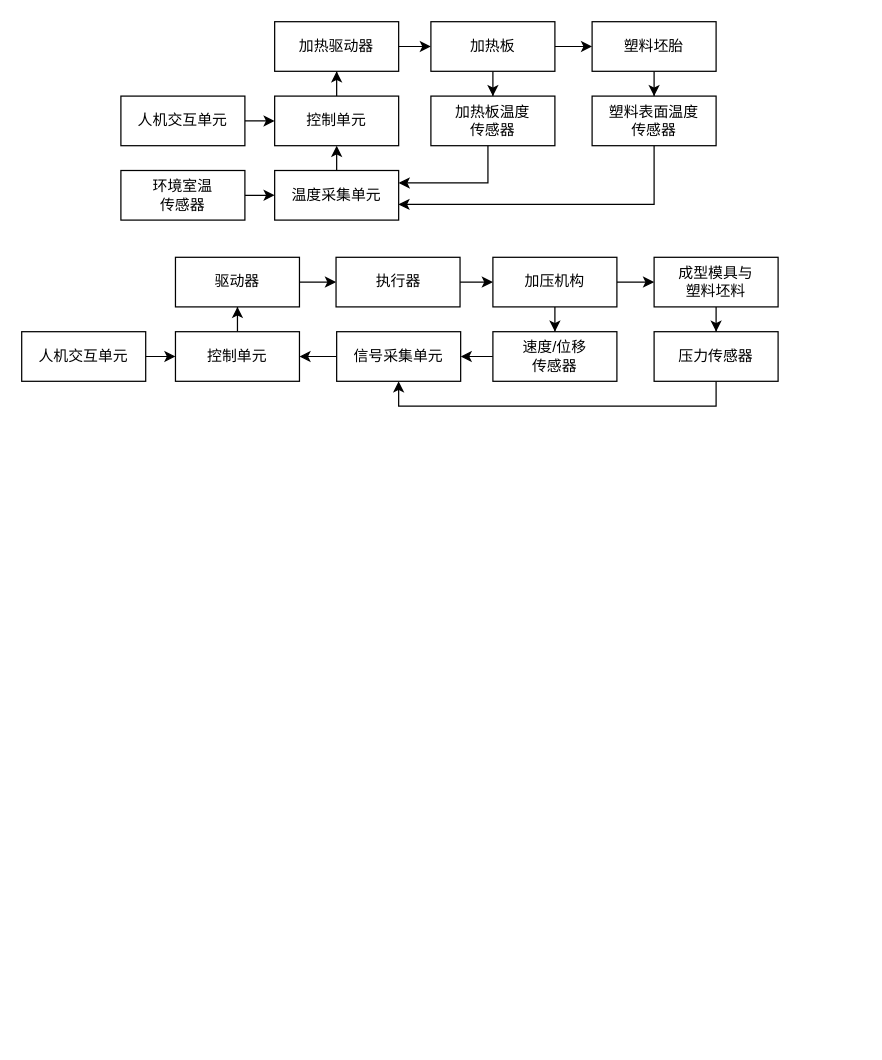
Before: 加热原理图.drawio in zhihangsong-76/first, a draw.io diagram. Source tidied: cells renumbered, new cells numbered last; positions are measured from the earlier drawing's top-left corner, leaving out a move shared by most shapes. Both pictures are drawn from the tidied source at 124%, with x=0, y=0 at pixel (21, 21).
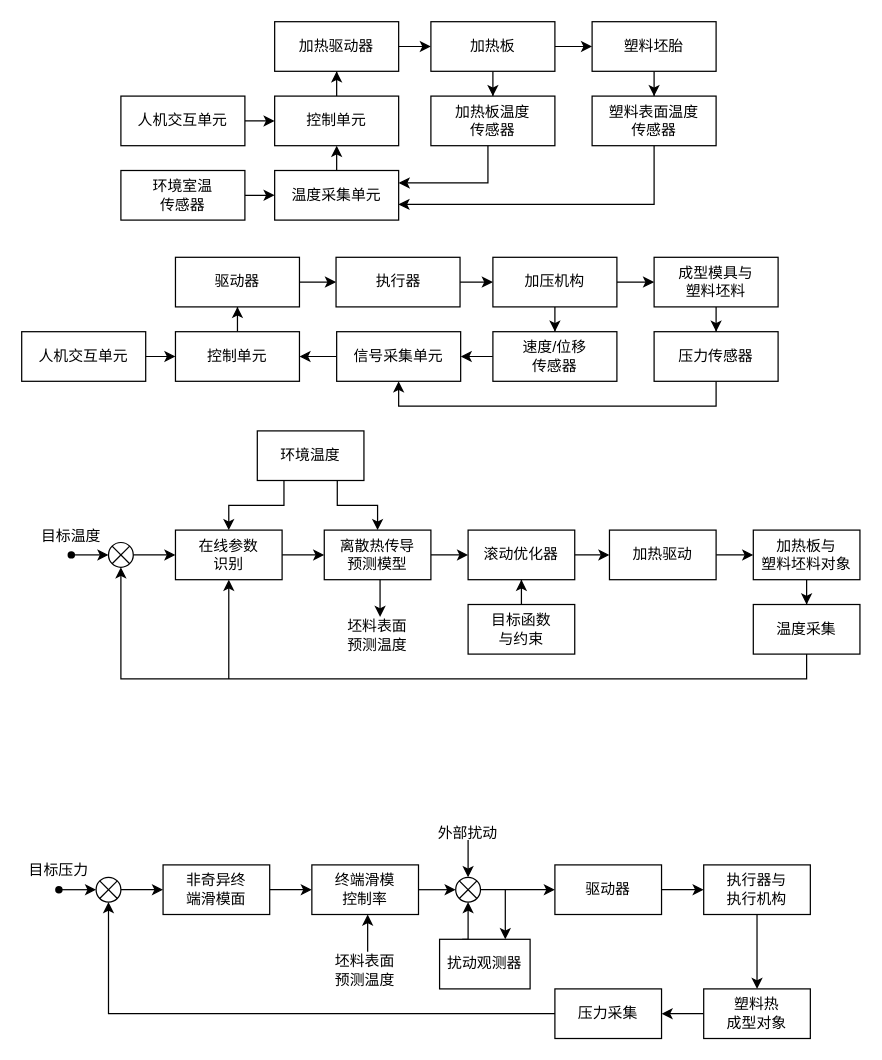
The same page after the edit.

Commit message (it also covers changes not shown here):
更新加热原理图.drawio

Change to the diagram source:
```diff
@@
+    <mxCell id="40" style="edgeStyle=orthogonalEdgeStyle;rounded=0;jettySize=auto;html=1;" parent="1" edge="1" source="41" target="43">
+      <mxGeometry relative="1" as="geometry" />
+    </mxCell>
+    <mxCell id="41" style="shape=sumEllipse;perimeter=ellipsePerimeter;whiteSpace=wrap;html=1;backgroundOutline=1;" parent="1" vertex="1">
+      <mxGeometry x="70" y="420" width="20" height="20" as="geometry" />
+    </mxCell>
+    <mxCell id="42" style="edgeStyle=orthogonalEdgeStyle;rounded=0;jettySize=auto;html=1;" parent="1" edge="1" source="43" target="45">
+      <mxGeometry relative="1" as="geometry" />
+    </mxCell>
+    <mxCell id="43" value="在线参数&lt;div&gt;识别&lt;/div&gt;" style="rounded=0;whiteSpace=wrap;html=1;" parent="1" vertex="1">
+      <mxGeometry x="124" y="410" width="86" height="40" as="geometry" />
+    </mxCell>
+    <mxCell id="44" style="edgeStyle=orthogonalEdgeStyle;rounded=0;jettySize=auto;html=1;" parent="1" edge="1" source="45" target="47">
+      <mxGeometry relative="1" as="geometry" />
+    </mxCell>
+    <mxCell id="45" value="离散热传导&lt;div&gt;预测模型&lt;/div&gt;" style="rounded=0;whiteSpace=wrap;html=1;" parent="1" vertex="1">
+      <mxGeometry x="244" y="410" width="86" height="40" as="geometry" />
+    </mxCell>
+    <mxCell id="46" style="edgeStyle=orthogonalEdgeStyle;rounded=0;jettySize=auto;html=1;" parent="1" edge="1" source="47" target="54">
+      <mxGeometry relative="1" as="geometry" />
+    </mxCell>
+    <mxCell id="47" value="滚动优化器" style="rounded=0;whiteSpace=wrap;html=1;" parent="1" vertex="1">
+      <mxGeometry x="360" y="410" width="86" height="40" as="geometry" />
+    </mxCell>
+    <mxCell id="48" style="edgeStyle=orthogonalEdgeStyle;rounded=0;jettySize=auto;html=1;exitX=0.25;exitY=1;exitDx=0;exitDy=0;entryX=0.5;entryY=0;entryDx=0;entryDy=0;" parent="1" edge="1" source="50" target="43">
+      <mxGeometry relative="1" as="geometry">
+        <Array as="points">
+          <mxPoint x="212" y="390" />
+          <mxPoint x="167" y="390" />
+        </Array>
+      </mxGeometry>
+    </mxCell>
+    <mxCell id="49" style="edgeStyle=orthogonalEdgeStyle;rounded=0;jettySize=auto;html=1;exitX=0.75;exitY=1;exitDx=0;exitDy=0;entryX=0.5;entryY=0;entryDx=0;entryDy=0;" parent="1" edge="1" source="50" target="45">
+      <mxGeometry relative="1" as="geometry" />
+    </mxCell>
+    <mxCell id="50" value="环境温度" style="rounded=0;whiteSpace=wrap;html=1;" parent="1" vertex="1">
+      <mxGeometry x="190" y="330" width="86" height="40" as="geometry" />
+    </mxCell>
+    <mxCell id="51" style="edgeStyle=orthogonalEdgeStyle;rounded=0;jettySize=auto;html=1;" parent="1" edge="1" source="52" target="47">
+      <mxGeometry relative="1" as="geometry" />
+    </mxCell>
+    <mxCell id="52" value="目标函数&lt;div&gt;与约束&lt;/div&gt;" style="rounded=0;whiteSpace=wrap;html=1;" parent="1" vertex="1">
+      <mxGeometry x="360" y="470" width="86" height="40" as="geometry" />
+    </mxCell>
+    <mxCell id="53" style="edgeStyle=orthogonalEdgeStyle;rounded=0;jettySize=auto;html=1;" parent="1" edge="1" source="54" target="56">
+      <mxGeometry relative="1" as="geometry" />
+    </mxCell>
+    <mxCell id="54" value="加热驱动" style="rounded=0;whiteSpace=wrap;html=1;" parent="1" vertex="1">
+      <mxGeometry x="474" y="410" width="86" height="40" as="geometry" />
+    </mxCell>
+    <mxCell id="55" style="edgeStyle=orthogonalEdgeStyle;rounded=0;jettySize=auto;html=1;" parent="1" edge="1" source="56" target="58">
+      <mxGeometry relative="1" as="geometry" />
+    </mxCell>
+    <mxCell id="56" value="加热板与&lt;div&gt;塑料坯料对象&lt;/div&gt;" style="rounded=0;whiteSpace=wrap;html=1;" parent="1" vertex="1">
+      <mxGeometry x="590" y="410" width="86" height="40" as="geometry" />
+    </mxCell>
+    <mxCell id="57" style="edgeStyle=orthogonalEdgeStyle;rounded=0;jettySize=auto;html=1;exitX=0.5;exitY=1;exitDx=0;exitDy=0;entryX=0.5;entryY=1;entryDx=0;entryDy=0;" parent="1" edge="1" source="58" target="41">
+      <mxGeometry relative="1" as="geometry">
+        <Array as="points">
+          <mxPoint x="633" y="530" />
+          <mxPoint x="80" y="530" />
+        </Array>
+      </mxGeometry>
+    </mxCell>
+    <mxCell id="58" value="温度采集" style="rounded=0;whiteSpace=wrap;html=1;" parent="1" vertex="1">
+      <mxGeometry x="590" y="470" width="86" height="40" as="geometry" />
+    </mxCell>
+    <mxCell id="59" style="edgeStyle=orthogonalEdgeStyle;rounded=0;jettySize=auto;html=1;" parent="1" edge="1" source="60">
+      <mxGeometry relative="1" as="geometry">
+        <mxPoint x="70" y="430" as="targetPoint" />
+      </mxGeometry>
+    </mxCell>
+    <mxCell id="60" style="shape=waypoint;sketch=0;size=6;points=[];fillColor=default;perimeter=centerPerimeter;snapToPoint=1;" parent="1" vertex="1">
+      <mxGeometry x="30" y="420" width="20" height="20" as="geometry" />
+    </mxCell>
+    <mxCell id="61" style="endArrow=classic;html=1;rounded=0;entryX=0.5;entryY=1;entryDx=0;entryDy=0;" parent="1" edge="1" target="43">
+      <mxGeometry relative="1" as="geometry">
+        <mxPoint x="167" y="530" as="sourcePoint" />
+      </mxGeometry>
+    </mxCell>
+    <mxCell id="62" value="目标温度" style="text;html=1;whiteSpace=wrap;strokeColor=none;fillColor=none;align=center;verticalAlign=middle;rounded=0;" parent="1" vertex="1">
+      <mxGeometry x="10" y="400" width="60" height="30" as="geometry" />
+    </mxCell>
+    <mxCell id="63" style="endArrow=classic;html=1;rounded=0;" parent="1" edge="1">
+      <mxGeometry relative="1" as="geometry">
+        <mxPoint x="289" y="450" as="sourcePoint" />
+        <mxPoint x="289" y="480" as="targetPoint" />
+      </mxGeometry>
+    </mxCell>
+    <mxCell id="64" value="坯料表面预测温度" style="text;html=1;whiteSpace=wrap;strokeColor=none;fillColor=none;align=center;verticalAlign=middle;rounded=0;" parent="1" vertex="1">
+      <mxGeometry x="257" y="480" width="60" height="30" as="geometry" />
+    </mxCell>
+    <mxCell id="65" style="edgeStyle=orthogonalEdgeStyle;rounded=0;jettySize=auto;html=1;" parent="1" edge="1" source="66" target="68">
+      <mxGeometry relative="1" as="geometry" />
+    </mxCell>
+    <mxCell id="66" style="shape=sumEllipse;perimeter=ellipsePerimeter;whiteSpace=wrap;html=1;backgroundOutline=1;" parent="1" vertex="1">
+      <mxGeometry x="60" y="690" width="20" height="20" as="geometry" />
+    </mxCell>
+    <mxCell id="67" style="edgeStyle=orthogonalEdgeStyle;rounded=0;jettySize=auto;html=1;" parent="1" edge="1" source="68" target="70">
+      <mxGeometry relative="1" as="geometry" />
+    </mxCell>
+    <mxCell id="68" value="非奇异终&lt;div&gt;端滑模面&lt;/div&gt;" style="rounded=0;whiteSpace=wrap;html=1;" parent="1" vertex="1">
+      <mxGeometry x="114" y="680" width="86" height="40" as="geometry" />
+    </mxCell>
+    <mxCell id="69" style="edgeStyle=orthogonalEdgeStyle;rounded=0;jettySize=auto;html=1;" parent="1" edge="1" source="70">
+      <mxGeometry relative="1" as="geometry">
+        <mxPoint x="350" y="700" as="targetPoint" />
+      </mxGeometry>
+    </mxCell>
+    <mxCell id="70" value="终端滑模&lt;div&gt;控制率&lt;/div&gt;" style="rounded=0;whiteSpace=wrap;html=1;" parent="1" vertex="1">
+      <mxGeometry x="234" y="680" width="86" height="40" as="geometry" />
+    </mxCell>
+    <mxCell id="71" style="edgeStyle=orthogonalEdgeStyle;rounded=0;jettySize=auto;html=1;exitX=0.25;exitY=0;exitDx=0;exitDy=0;entryX=0.5;entryY=1;entryDx=0;entryDy=0;" parent="1" edge="1" source="72" target="85">
+      <mxGeometry relative="1" as="geometry" />
+    </mxCell>
+    <mxCell id="72" value="扰动观测器" style="rounded=0;whiteSpace=wrap;html=1;" parent="1" vertex="1">
+      <mxGeometry x="337" y="740" width="73" height="40" as="geometry" />
+    </mxCell>
+    <mxCell id="73" style="edgeStyle=orthogonalEdgeStyle;rounded=0;jettySize=auto;html=1;" parent="1" edge="1" source="74" target="76">
+      <mxGeometry relative="1" as="geometry" />
+    </mxCell>
+    <mxCell id="74" value="驱动器" style="rounded=0;whiteSpace=wrap;html=1;" parent="1" vertex="1">
+      <mxGeometry x="430" y="680" width="86" height="40" as="geometry" />
+    </mxCell>
+    <mxCell id="75" style="edgeStyle=orthogonalEdgeStyle;rounded=0;jettySize=auto;html=1;" parent="1" edge="1" source="76" target="78">
+      <mxGeometry relative="1" as="geometry" />
+    </mxCell>
+    <mxCell id="76" value="执行器与&lt;div&gt;执行机构&lt;/div&gt;" style="rounded=0;whiteSpace=wrap;html=1;" parent="1" vertex="1">
+      <mxGeometry x="550" y="680" width="86" height="40" as="geometry" />
+    </mxCell>
+    <mxCell id="77" style="edgeStyle=orthogonalEdgeStyle;rounded=0;jettySize=auto;html=1;" parent="1" edge="1" source="78" target="88">
+      <mxGeometry relative="1" as="geometry" />
+    </mxCell>
+    <mxCell id="78" value="塑料热&lt;div&gt;成型对象&lt;/div&gt;" style="rounded=0;whiteSpace=wrap;html=1;" parent="1" vertex="1">
+      <mxGeometry x="550" y="780" width="86" height="40" as="geometry" />
+    </mxCell>
+    <mxCell id="79" style="edgeStyle=orthogonalEdgeStyle;rounded=0;jettySize=auto;html=1;" parent="1" edge="1" source="80">
+      <mxGeometry relative="1" as="geometry">
+        <mxPoint x="60" y="700" as="targetPoint" />
+      </mxGeometry>
+    </mxCell>
+    <mxCell id="80" style="shape=waypoint;sketch=0;size=6;points=[];fillColor=default;perimeter=centerPerimeter;snapToPoint=1;" parent="1" vertex="1">
+      <mxGeometry x="20" y="690" width="20" height="20" as="geometry" />
+    </mxCell>
+    <mxCell id="81" value="目标压力" style="text;html=1;whiteSpace=wrap;strokeColor=none;fillColor=none;align=center;verticalAlign=middle;rounded=0;" parent="1" vertex="1">
+      <mxGeometry y="670" width="60" height="30" as="geometry" />
+    </mxCell>
+    <mxCell id="82" style="endArrow=none;html=1;rounded=0;startArrow=classic;startFill=1;endFill=0;" parent="1" edge="1">
+      <mxGeometry relative="1" as="geometry">
+        <mxPoint x="279" y="720" as="sourcePoint" />
+        <mxPoint x="279" y="750" as="targetPoint" />
+      </mxGeometry>
+    </mxCell>
+    <mxCell id="83" value="坯料表面预测温度" style="text;html=1;whiteSpace=wrap;strokeColor=none;fillColor=none;align=center;verticalAlign=middle;rounded=0;" parent="1" vertex="1">
+      <mxGeometry x="247" y="750" width="60" height="30" as="geometry" />
+    </mxCell>
+    <mxCell id="84" style="edgeStyle=orthogonalEdgeStyle;rounded=0;jettySize=auto;html=1;" parent="1" edge="1" source="85" target="74">
+      <mxGeometry relative="1" as="geometry" />
+    </mxCell>
+    <mxCell id="85" style="shape=sumEllipse;perimeter=ellipsePerimeter;whiteSpace=wrap;html=1;backgroundOutline=1;" parent="1" vertex="1">
+      <mxGeometry x="350" y="690" width="20" height="20" as="geometry" />
+    </mxCell>
+    <mxCell id="86" style="endArrow=none;html=1;rounded=0;startArrow=classic;startFill=1;endFill=0;" parent="1" edge="1">
+      <mxGeometry relative="1" as="geometry">
+        <mxPoint x="360" y="690" as="sourcePoint" />
+        <mxPoint x="360" y="660" as="targetPoint" />
+      </mxGeometry>
+    </mxCell>
+    <mxCell id="87" style="endArrow=classic;html=1;rounded=0;" parent="1" edge="1">
+      <mxGeometry relative="1" as="geometry">
+        <mxPoint x="390" y="700" as="sourcePoint" />
+        <mxPoint x="390" y="740" as="targetPoint" />
+      </mxGeometry>
+    </mxCell>
+    <mxCell id="88" value="压力采集" style="rounded=0;whiteSpace=wrap;html=1;" parent="1" vertex="1">
+      <mxGeometry x="430" y="780" width="86" height="40" as="geometry" />
+    </mxCell>
+    <mxCell id="89" value="外部扰动" style="text;html=1;whiteSpace=wrap;strokeColor=none;fillColor=none;align=center;verticalAlign=middle;rounded=0;" parent="1" vertex="1">
+      <mxGeometry x="330" y="640" width="60" height="30" as="geometry" />
+    </mxCell>
+    <mxCell id="90" style="endArrow=classic;html=1;rounded=0;exitX=0;exitY=0.5;exitDx=0;exitDy=0;curved=0;entryX=0.5;entryY=1;entryDx=0;entryDy=0;" parent="1" edge="1" source="88" target="66">
+      <mxGeometry relative="1" as="geometry">
+        <Array as="points">
+          <mxPoint x="70" y="800" />
+        </Array>
+      </mxGeometry>
+    </mxCell>
```
